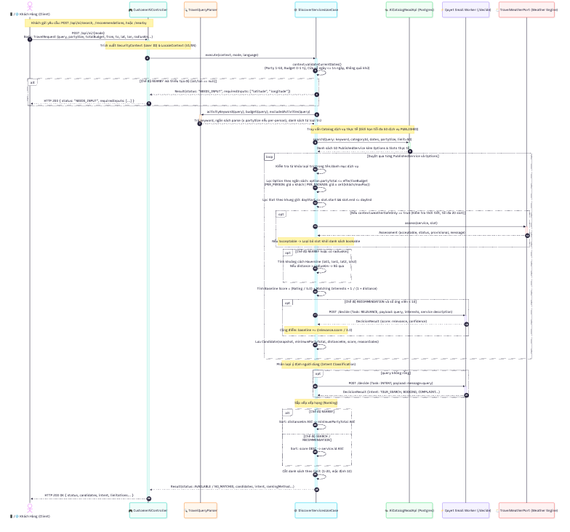
Before: docs/BE_WorkFlows/AI/Customer_AI_Discovery_Flow.png, a diagram exported from Mermaid (capkimkhanh2k5/PBL6_HTTT). Its source is kept beside it as docs/BE_WorkFlows/AI/codeFlows/Customer_AI_Discovery_Flow.mmd. The source it was exported from:
```mermaid
sequenceDiagram
    autonumber

    actor Client as 📱/🌐 Khách Hàng (Client)
    participant Ctrl as 🎮 CustomerAiController
    participant Parser as 🔍 TravelQueryParser
    participant UC as ⚙️ DiscoverServicesUseCase
    participant DB as 🐘 AiCatalogReadApi (Postgres)
    participant Quyet as ⚡ Quyet Small Worker (/decide)
    participant Weather as ⛅ TravelWeatherPort (Weather Engine)

    Note over Client, Ctrl: Khách gửi yêu cầu: POST /api/ai/search, /recommendations, hoặc /nearby

    Client->>Ctrl: POST /api/ai/{mode}<br/>Body: TravelRequest (query, partySize, totalBudget, from, to, lat, lon, radiusKm...)
    activate Ctrl

    Note over Ctrl: Trích xuất SecurityContext (User ID) & LocaleContext (VI/EN)

    Ctrl->>UC: execute(context, mode, language)
    activate UC

    UC->>UC: context.validateCurrentDates()<br/>(Party 1-50, Budget 0-1 tỷ, Cửa sổ ngày <= 14 ngày, Không quá khứ)

    alt Chế độ NEARBY mà thiếu tọa độ (lat/lon == null)
        UC-->>Ctrl: Result(status: "NEEDS_INPUT", requiredInputs: ["latitude", "longitude"])
        Ctrl-->>Client: HTTP 200 { status: "NEEDS_INPUT", requiredInputs: [...] }
    end

    UC->>Parser: activityKeyword(query), budget(query), excludedActivities(query)
    activate Parser
    Parser-->>UC: Trả keyword, ngân sách parse (x partySize nếu per-person), danh sách từ loại trừ
    deactivate Parser

    Note over UC, DB: Truy vấn Catalog dịch vụ thực tế (Giới hạn tối đa 50 dịch vụ PUBLISHED)
    UC->>DB: search(Query: keyword, categoryId, dates, partySize, limit=50)
    activate DB
    DB-->>UC: Danh sách 50 PublishedService kèm Options & Slots thực tế
    deactivate DB

    loop Duyệt qua từng PublishedService và Options
        UC->>UC: Kiểm tra từ khóa loại trừ trong tên/danh mục dịch vụ
        UC->>UC: Lọc Option theo ngân sách: option.partyTotal <= effectiveBudget<br/>(PER_PERSON: giá x khách | PER_PACKAGE: giá x ceil(khách/maxPax))
        UC->>UC: Lọc Slot theo khung giờ: dayStart <= slot.start && slot.end <= dayEnd

        opt Nếu context.weatherSafeOnly == true (Kiểm tra thời tiết, tối đa 20 slot)
            UC->>Weather: assess(service, slot)
            activate Weather
            Weather-->>UC: Assessment (acceptable, status, provisional, message)
            deactivate Weather
            Note over UC: Nếu !acceptable -> Loại bỏ slot khỏi danh sách bookable
        end

        opt Chế độ NEARBY hoặc có radiusKm
            UC->>UC: Tính khoảng cách Haversine (lat1, lon1, lat2, lon2)<br/>Nếu distance > radiusKm -> Bỏ qua
        end

        UC->>UC: Tính Baseline Score = (Rating / 5.0) + Matching Interests + 1 / (1 + distance)

        opt Chế độ RECOMMENDATION và số ứng viên < 10
            UC->>Quyet: POST /decide (Task: RELEVANCE, payload: query, interests, service description)
            activate Quyet
            Quyet-->>UC: DecisionResult (score: relevance, confidence)
            deactivate Quyet
            Note over UC: Cộng điểm: baseline += (relevance.score / 3.0)
        end

        UC->>UC: Lưu Candidate(snapshot, minimumPartyTotal, distanceKm, score, reasonCodes)
    end

    Note over UC: Phân loại ý định người dùng (Intent Classification)
    opt query không rỗng
        UC->>Quyet: POST /decide (Task: INTENT, payload: message=query)
        activate Quyet
        Quyet-->>UC: DecisionResult (intent: TOUR_SEARCH, BOOKING, COMPLAINT...)
        deactivate Quyet
    end

    Note over UC: Sắp xếp xếp hạng (Ranking)
    alt Chế độ NEARBY
        UC->>UC: Sort: distanceKm ASC -> minimumPartyTotal ASC
    else Chế độ SEARCH / RECOMMENDATION
        UC->>UC: Sort: score DESC -> service.id ASC
    end

    UC->>UC: Cắt danh sách theo limit (1-20, mặc định 10)
    UC-->>Ctrl: Result(status: AVAILABLE / NO_MATCHES, candidates, intent, rankingMethod...)
    deactivate UC

    Ctrl-->>Client: HTTP 200 OK { status, candidates, intent, limitations... }
    deactivate Ctrl
```
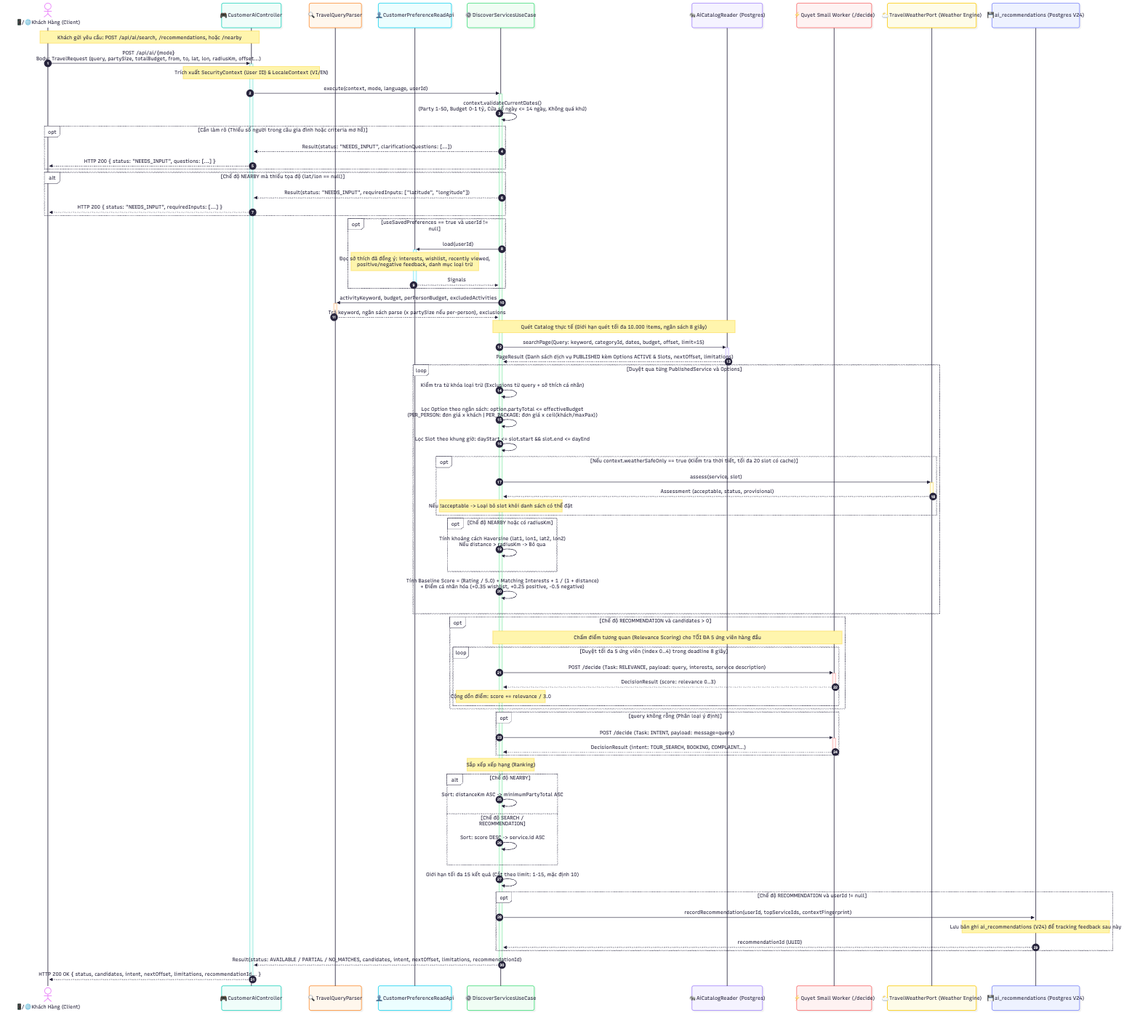
The same diagram one commit later.

Change to the diagram source:
```diff
@@ -4,71 +4,86 @@
     actor Client as 📱/🌐 Khách Hàng (Client)
     participant Ctrl as 🎮 CustomerAiController
     participant Parser as 🔍 TravelQueryParser
+    participant PrefApi as 👤 CustomerPreferenceReadApi
     participant UC as ⚙️ DiscoverServicesUseCase
-    participant DB as 🐘 AiCatalogReadApi (Postgres)
+    participant Reader as 🐘 AiCatalogReader (Postgres)
     participant Quyet as ⚡ Quyet Small Worker (/decide)
     participant Weather as ⛅ TravelWeatherPort (Weather Engine)
+    participant DB_Rec as 💾 ai_recommendations (Postgres V24)
 
     Note over Client, Ctrl: Khách gửi yêu cầu: POST /api/ai/search, /recommendations, hoặc /nearby
 
-    Client->>Ctrl: POST /api/ai/{mode}<br/>Body: TravelRequest (query, partySize, totalBudget, from, to, lat, lon, radiusKm...)
+    Client->>Ctrl: POST /api/ai/{mode}<br/>Body: TravelRequest (query, partySize, totalBudget, from, to, lat, lon, radiusKm, offset...)
     activate Ctrl
 
     Note over Ctrl: Trích xuất SecurityContext (User ID) & LocaleContext (VI/EN)
 
-    Ctrl->>UC: execute(context, mode, language)
+    Ctrl->>UC: execute(context, mode, language, userId)
     activate UC
 
     UC->>UC: context.validateCurrentDates()<br/>(Party 1-50, Budget 0-1 tỷ, Cửa sổ ngày <= 14 ngày, Không quá khứ)
+
+    opt Cần làm rõ (Thiếu số người trong câu gia đình hoặc criteria mơ hồ)
+        UC-->>Ctrl: Result(status: "NEEDS_INPUT", clarificationQuestions: [...])
+        Ctrl-->>Client: HTTP 200 { status: "NEEDS_INPUT", questions: [...] }
+    end
 
     alt Chế độ NEARBY mà thiếu tọa độ (lat/lon == null)
         UC-->>Ctrl: Result(status: "NEEDS_INPUT", requiredInputs: ["latitude", "longitude"])
         Ctrl-->>Client: HTTP 200 { status: "NEEDS_INPUT", requiredInputs: [...] }
     end
 
-    UC->>Parser: activityKeyword(query), budget(query), excludedActivities(query)
+    opt useSavedPreferences == true và userId != null
+        UC->>PrefApi: load(userId)
+        activate PrefApi
+        Note over PrefApi: Đọc sở thích đã đồng ý: interests, wishlist, recently viewed,<br/>positive/negative feedback, danh mục loại trừ
+        PrefApi-->>UC: Signals
+        deactivate PrefApi
+    end
+
+    UC->>Parser: activityKeyword, budget, perPersonBudget, excludedActivities
     activate Parser
-    Parser-->>UC: Trả keyword, ngân sách parse (x partySize nếu per-person), danh sách từ loại trừ
+    Parser-->>UC: Trả keyword, ngân sách parse (x partySize nếu per-person), exclusions
     deactivate Parser
 
-    Note over UC, DB: Truy vấn Catalog dịch vụ thực tế (Giới hạn tối đa 50 dịch vụ PUBLISHED)
-    UC->>DB: search(Query: keyword, categoryId, dates, partySize, limit=50)
-    activate DB
-    DB-->>UC: Danh sách 50 PublishedService kèm Options & Slots thực tế
-    deactivate DB
+    Note over UC, Reader: Quét Catalog thực tế (Giới hạn quét tối đa 10.000 items, ngân sách 8 giây)
+    UC->>Reader: searchPage(Query: keyword, categoryId, dates, budget, offset, limit=15)
+    activate Reader
+    Reader-->>UC: PageResult (Danh sách dịch vụ PUBLISHED kèm Options ACTIVE & Slots, nextOffset, limitations)
+    deactivate Reader
 
     loop Duyệt qua từng PublishedService và Options
-        UC->>UC: Kiểm tra từ khóa loại trừ trong tên/danh mục dịch vụ
-        UC->>UC: Lọc Option theo ngân sách: option.partyTotal <= effectiveBudget<br/>(PER_PERSON: giá x khách | PER_PACKAGE: giá x ceil(khách/maxPax))
+        UC->>UC: Kiểm tra từ khóa loại trừ (Exclusions từ query + sở thích cá nhân)
+        UC->>UC: Lọc Option theo ngân sách: option.partyTotal <= effectiveBudget<br/>(PER_PERSON: đơn giá x khách | PER_PACKAGE: đơn giá x ceil(khách/maxPax))
         UC->>UC: Lọc Slot theo khung giờ: dayStart <= slot.start && slot.end <= dayEnd
 
-        opt Nếu context.weatherSafeOnly == true (Kiểm tra thời tiết, tối đa 20 slot)
+        opt Nếu context.weatherSafeOnly == true (Kiểm tra thời tiết, tối đa 20 slot có cache)
             UC->>Weather: assess(service, slot)
             activate Weather
-            Weather-->>UC: Assessment (acceptable, status, provisional, message)
+            Weather-->>UC: Assessment (acceptable, status, provisional)
             deactivate Weather
-            Note over UC: Nếu !acceptable -> Loại bỏ slot khỏi danh sách bookable
+            Note over UC: Nếu !acceptable -> Loại bỏ slot khỏi danh sách có thể đặt
         end
 
         opt Chế độ NEARBY hoặc có radiusKm
             UC->>UC: Tính khoảng cách Haversine (lat1, lon1, lat2, lon2)<br/>Nếu distance > radiusKm -> Bỏ qua
         end
 
-        UC->>UC: Tính Baseline Score = (Rating / 5.0) + Matching Interests + 1 / (1 + distance)
+        UC->>UC: Tính Baseline Score = (Rating / 5.0) + Matching Interests + 1 / (1 + distance)<br/>+ Điểm cá nhân hóa (+0.35 wishlist, +0.25 positive, -0.5 negative)
+    end
 
-        opt Chế độ RECOMMENDATION và số ứng viên < 10
+    opt Chế độ RECOMMENDATION và candidates > 0
+        Note over UC, Quyet: Chấm điểm tương quan (Relevance Scoring) cho TỐI ĐA 5 ứng viên hàng đầu
+        loop Duyệt tối đa 5 ứng viên (index 0..4) trong deadline 8 giây
             UC->>Quyet: POST /decide (Task: RELEVANCE, payload: query, interests, service description)
             activate Quyet
-            Quyet-->>UC: DecisionResult (score: relevance, confidence)
+            Quyet-->>UC: DecisionResult (score: relevance 0..3)
             deactivate Quyet
-            Note over UC: Cộng điểm: baseline += (relevance.score / 3.0)
+            Note over UC: Cộng dồn điểm: score += relevance / 3.0
         end
-
-        UC->>UC: Lưu Candidate(snapshot, minimumPartyTotal, distanceKm, score, reasonCodes)
     end
 
-    Note over UC: Phân loại ý định người dùng (Intent Classification)
-    opt query không rỗng
+    opt query không rỗng (Phân loại ý định)
         UC->>Quyet: POST /decide (Task: INTENT, payload: message=query)
         activate Quyet
         Quyet-->>UC: DecisionResult (intent: TOUR_SEARCH, BOOKING, COMPLAINT...)
@@ -82,9 +97,16 @@
         UC->>UC: Sort: score DESC -> service.id ASC
     end
 
-    UC->>UC: Cắt danh sách theo limit (1-20, mặc định 10)
-    UC-->>Ctrl: Result(status: AVAILABLE / NO_MATCHES, candidates, intent, rankingMethod...)
+    UC->>UC: Giới hạn tối đa 15 kết quả (Cắt theo limit: 1-15, mặc định 10)
+
+    opt Chế độ RECOMMENDATION và userId != null
+        UC->>DB_Rec: recordRecommendation(userId, topServiceIds, contextFingerprint)
+        Note over DB_Rec: Lưu bản ghi ai_recommendations (V24) để tracking feedback sau này
+        DB_Rec-->>UC: recommendationId (UUID)
+    end
+
+    UC-->>Ctrl: Result(status: AVAILABLE / PARTIAL / NO_MATCHES, candidates, intent, nextOffset, limitations, recommendationId)
     deactivate UC
 
-    Ctrl-->>Client: HTTP 200 OK { status, candidates, intent, limitations... }
+    Ctrl-->>Client: HTTP 200 OK { status, candidates, intent, nextOffset, limitations, recommendationId... }
     deactivate Ctrl
```
